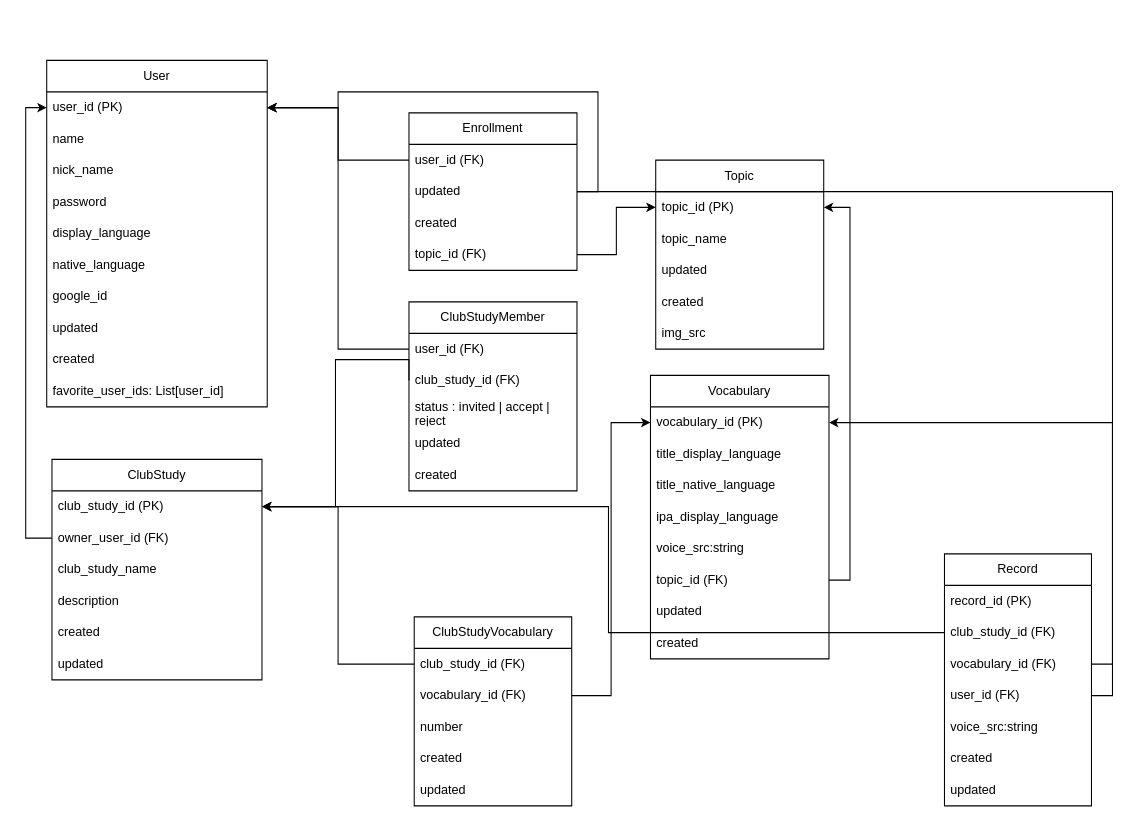
Earlier version of the draw.io diagram docs/db-scheme.dio (dudaji-vn/my-english-accent-webapp). Source tidied: cells renumbered, new cells numbered last; positions are measured from the earlier drawing's top-left corner, leaving out a move shared by most shapes. Both pictures are drawn from the tidied source at 105%, with x=0, y=0 at pixel (46, 60).
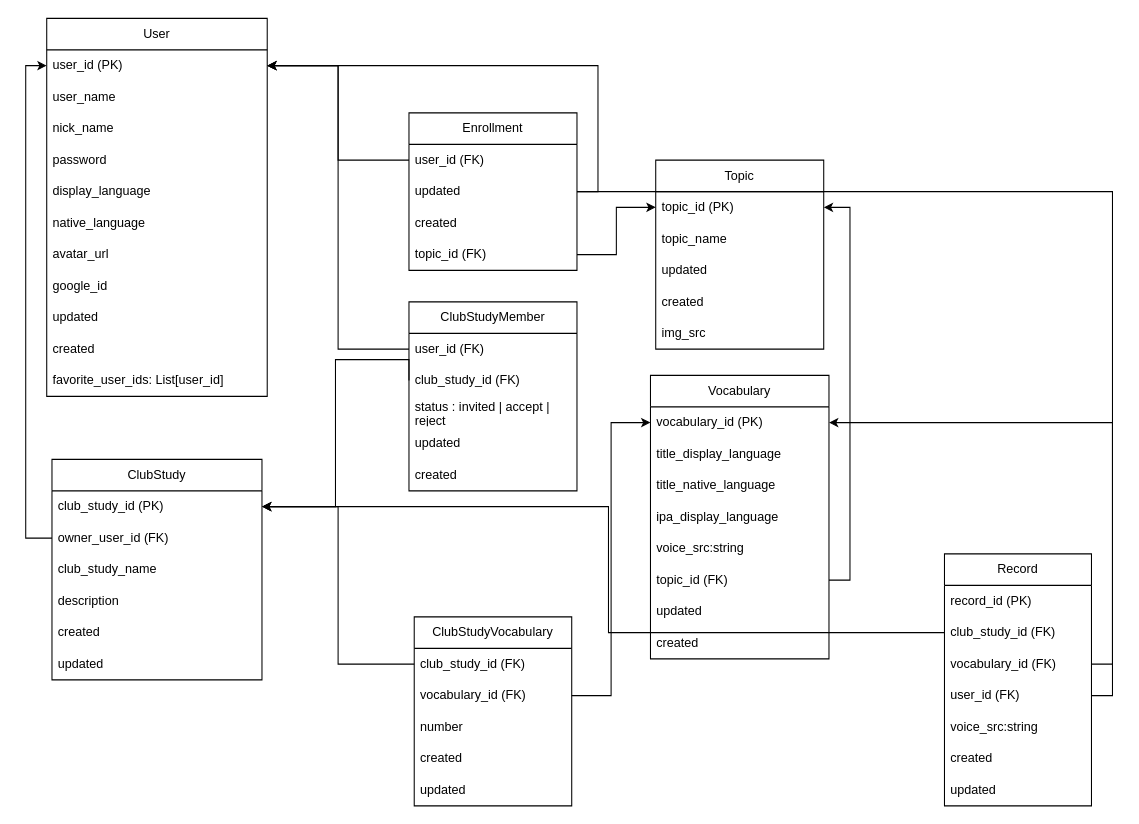
After the change.

Change to the diagram source:
```diff
@@
     <mxCell id="2" value="User&lt;br&gt;" style="swimlane;fontStyle=0;horizontal=1;startSize=30;whiteSpace=wrap;html=1;" parent="1" vertex="1">
-      <mxGeometry width="210" height="330" as="geometry" />
+      <mxGeometry y="-40" width="210" height="360" as="geometry" />
     </mxCell>
@@
-    <mxCell id="4" value="name" style="text;strokeColor=none;fillColor=none;align=left;verticalAlign=middle;spacingLeft=4;spacingRight=4;overflow=hidden;whiteSpace=wrap;html=1;" parent="2" vertex="1">
+    <mxCell id="4" value="user_name" style="text;strokeColor=none;fillColor=none;align=left;verticalAlign=middle;spacingLeft=4;spacingRight=4;overflow=hidden;whiteSpace=wrap;html=1;" parent="2" vertex="1">
       <mxGeometry y="60" width="210" height="30" as="geometry" />
     </mxCell>
@@
+    <mxCell id="72" value="avatar_url" style="text;strokeColor=none;fillColor=none;align=left;verticalAlign=middle;spacingLeft=4;spacingRight=4;overflow=hidden;whiteSpace=wrap;html=1;" parent="2" vertex="1">
+      <mxGeometry y="210" width="210" height="30" as="geometry" />
+    </mxCell>
     <mxCell id="9" value="google_id" style="text;strokeColor=none;fillColor=none;align=left;verticalAlign=middle;spacingLeft=4;spacingRight=4;overflow=hidden;whiteSpace=wrap;html=1;" parent="2" vertex="1">
-      <mxGeometry y="210" width="210" height="30" as="geometry" />
+      <mxGeometry y="240" width="210" height="30" as="geometry" />
     </mxCell>
     <mxCell id="10" value="updated" style="text;strokeColor=none;fillColor=none;align=left;verticalAlign=middle;spacingLeft=4;spacingRight=4;overflow=hidden;whiteSpace=wrap;html=1;" parent="2" vertex="1">
-      <mxGeometry y="240" width="210" height="30" as="geometry" />
+      <mxGeometry y="270" width="210" height="30" as="geometry" />
     </mxCell>
     <mxCell id="11" value="created" style="text;strokeColor=none;fillColor=none;align=left;verticalAlign=middle;spacingLeft=4;spacingRight=4;overflow=hidden;whiteSpace=wrap;html=1;" parent="2" vertex="1">
-      <mxGeometry y="270" width="210" height="30" as="geometry" />
+      <mxGeometry y="300" width="210" height="30" as="geometry" />
     </mxCell>
     <mxCell id="12" value="favorite_user_ids: List[user_id]" style="text;strokeColor=none;fillColor=none;align=left;verticalAlign=middle;spacingLeft=4;spacingRight=4;overflow=hidden;whiteSpace=wrap;html=1;" parent="2" vertex="1">
-      <mxGeometry y="300" width="210" height="30" as="geometry" />
+      <mxGeometry y="330" width="210" height="30" as="geometry" />
     </mxCell>
```
